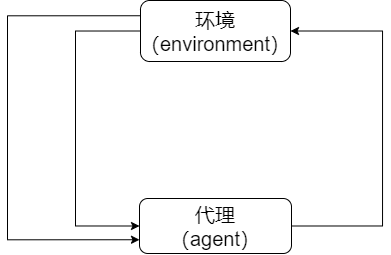
Earlier version of the draw.io export rl.drawio.png (lakomi/pictures). Source tidied: cells renumbered, new cells last; positions are measured from the earlier drawing's top-left corner, leaving out a move shared by most shapes.
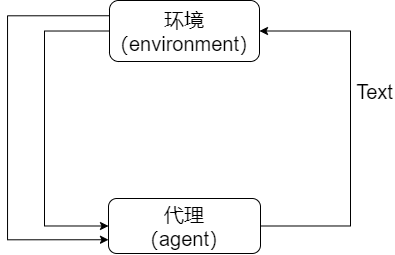
After the commit.

The edit, as a diff of the source:
```diff
@@ -13,8 +13,8 @@
     <mxCell id="3" style="edgeStyle=orthogonalEdgeStyle;rounded=0;jettySize=auto;html=1;exitX=0;exitY=0.25;exitDx=0;exitDy=0;entryX=0;entryY=0.75;entryDx=0;entryDy=0;fontSize=20;" parent="1" edge="1" source="4" target="6">
       <mxGeometry relative="1" as="geometry">
         <Array as="points">
-          <mxPoint y="15" />
-          <mxPoint y="239" />
+          <mxPoint x="31" y="15" />
+          <mxPoint x="31" y="239" />
         </Array>
       </mxGeometry>
     </mxCell>
@@ -24,13 +24,16 @@
     <mxCell id="5" style="edgeStyle=orthogonalEdgeStyle;rounded=0;jettySize=auto;html=1;exitX=1;exitY=0.5;exitDx=0;exitDy=0;entryX=1;entryY=0.5;entryDx=0;entryDy=0;fontSize=20;" parent="1" edge="1" source="6" target="4">
       <mxGeometry relative="1" as="geometry">
         <Array as="points">
-          <mxPoint x="375" y="225" />
-          <mxPoint x="375" y="31" />
+          <mxPoint x="374" y="225" />
+          <mxPoint x="374" y="31" />
         </Array>
       </mxGeometry>
     </mxCell>
     <mxCell id="6" value="代理&lt;br&gt;（agent）" style="rounded=1;whiteSpace=wrap;html=1;fontSize=20;" parent="1" vertex="1">
       <mxGeometry x="132" y="198" width="152" height="55" as="geometry" />
     </mxCell>
+    <mxCell id="7" value="Text" style="text;html=1;align=center;verticalAlign=middle;strokeColor=none;fillColor=none;fontSize=20;" parent="1" vertex="1">
+      <mxGeometry x="378" y="81" width="40" height="20" as="geometry" />
+    </mxCell>
   </root>
 </mxGraphModel>
```
